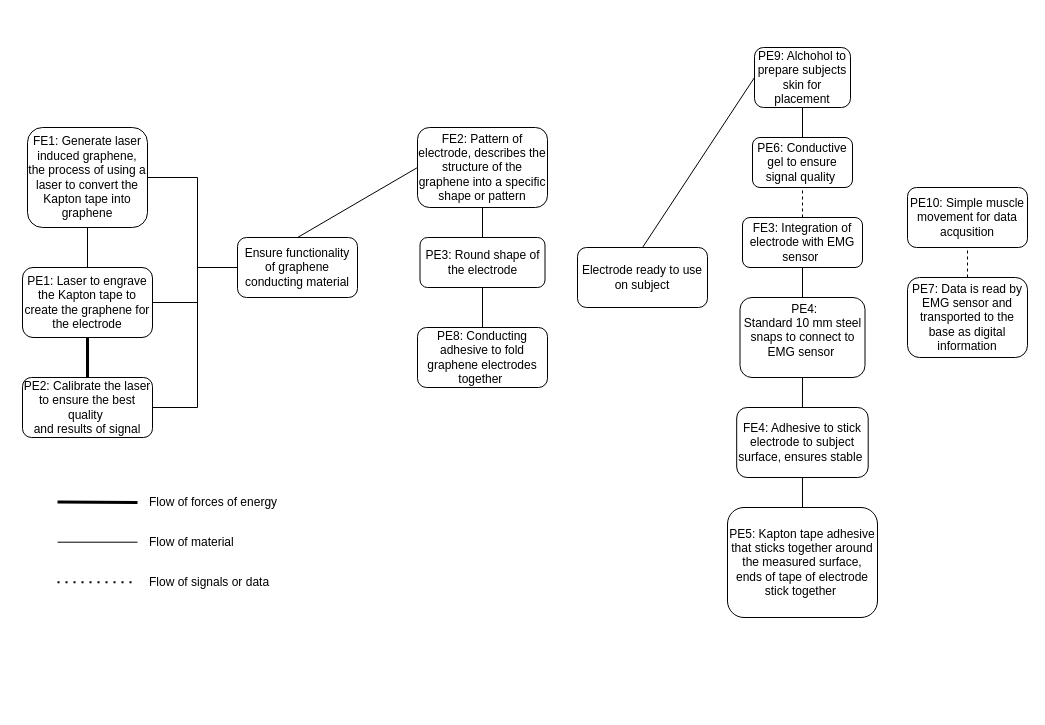
Above: page "chapter 10 flow chart" (4 of 6) of Untitled Diagram.drawio in asdismilla/FlowChart (draw.io), before the change. Source tidied: cells renumbered, new cells numbered last; positions are measured from the earlier drawing's top-left corner, leaving out a move shared by most shapes. Both pictures are drawn from the tidied source at 100%, with x=0, y=0 at pixel (22, 47).
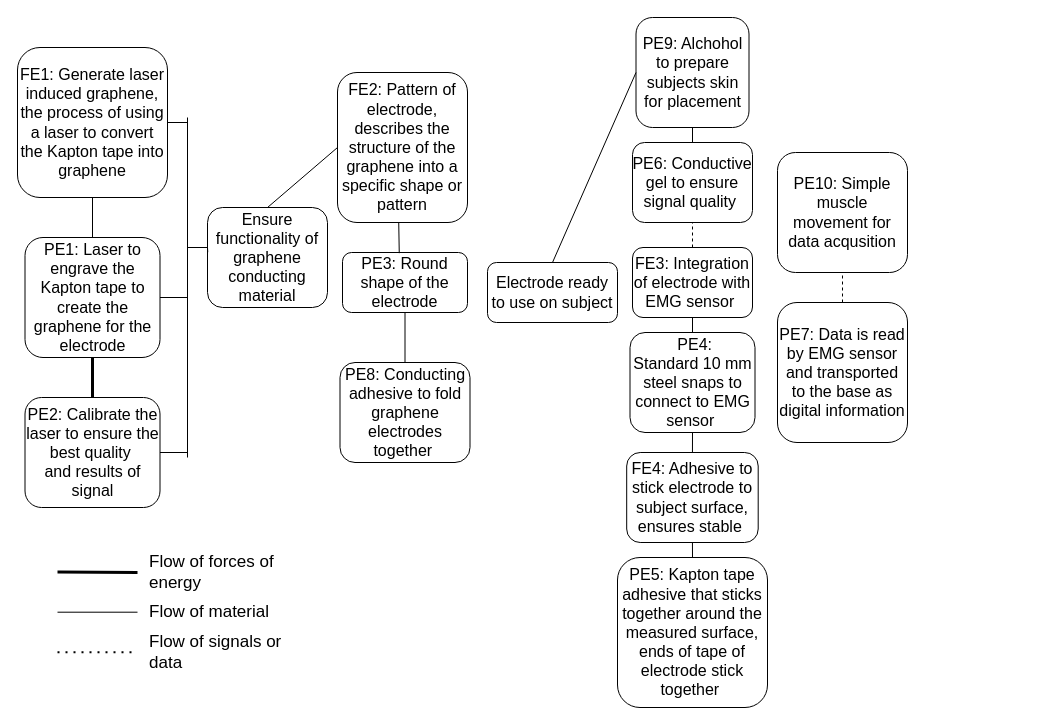
Above is the later version.

Commit message (it also covers changes not shown here):
PS flow chart updated

Diff of the diagram source:
```diff
@@
-    <mxCell id="2" value="FE1: Generate laser induced graphene, the&amp;nbsp;process of using a laser to convert the Kapton tape into graphene&lt;span style=&quot;text-align: start;&quot; class=&quot;OYPEnA text-decoration-none text-strikethrough-none white-space-prewrap&quot;&gt;&lt;/span&gt;" style="rounded=1;whiteSpace=wrap;html=1;" parent="1" vertex="1">
-      <mxGeometry x="5" y="80" width="120" height="100" as="geometry" />
+    <mxCell id="2" value="FE1: Generate laser induced graphene, the&amp;nbsp;process of using a laser to convert the Kapton tape into graphene&lt;span style=&quot;text-align: start; font-size: 16px;&quot; class=&quot;OYPEnA text-decoration-none text-strikethrough-none white-space-prewrap&quot;&gt;&lt;/span&gt;" style="rounded=1;whiteSpace=wrap;html=1;fontSize=16;" parent="1" vertex="1">
+      <mxGeometry x="-5" width="150" height="150" as="geometry" />
     </mxCell>
-    <mxCell id="3" value="FE2: Pattern of electrode, describes the structure of the graphene into a specific shape or pattern" style="rounded=1;whiteSpace=wrap;html=1;" parent="1" vertex="1">
-      <mxGeometry x="395" y="80" width="130" height="80" as="geometry" />
+    <mxCell id="3" value="FE2: Pattern of electrode, describes the structure of the graphene into a specific shape or pattern" style="rounded=1;whiteSpace=wrap;html=1;fontSize=16;" parent="1" vertex="1">
+      <mxGeometry x="315" y="25" width="130" height="150" as="geometry" />
     </mxCell>
-    <mxCell id="4" value="FE3: Integration of electrode with EMG sensor&amp;nbsp;" style="rounded=1;whiteSpace=wrap;html=1;" parent="1" vertex="1">
-      <mxGeometry x="720" y="170" width="120" height="50" as="geometry" />
+    <mxCell id="4" value="FE3: Integration of electrode with EMG sensor&amp;nbsp;" style="rounded=1;whiteSpace=wrap;html=1;fontSize=16;" parent="1" vertex="1">
+      <mxGeometry x="610" y="200" width="120" height="70" as="geometry" />
     </mxCell>
-    <mxCell id="5" value="FE4: Adhesive to stick electrode to subject surface, ensures stable&amp;nbsp;" style="rounded=1;whiteSpace=wrap;html=1;" parent="1" vertex="1">
-      <mxGeometry x="714.2" y="360" width="131.5" height="70" as="geometry" />
+    <mxCell id="5" value="FE4: Adhesive to stick electrode to subject surface, ensures stable&amp;nbsp;" style="rounded=1;whiteSpace=wrap;html=1;fontSize=16;" parent="1" vertex="1">
+      <mxGeometry x="604.2" y="405" width="131.5" height="90" as="geometry" />
     </mxCell>
+    <mxCell id="42" style="edgeStyle=orthogonalEdgeStyle;rounded=0;jettySize=auto;html=1;exitX=0.5;exitY=1;exitDx=0;exitDy=0;" parent="1" edge="1" source="6">
+      <mxGeometry relative="1" as="geometry">
+        <mxPoint x="70.6" y="310" as="targetPoint" />
+      </mxGeometry>
+    </mxCell>
-    <mxCell id="6" value="PE1: Laser to engrave the Kapton tape to create the graphene for the electrode" style="rounded=1;whiteSpace=wrap;html=1;" parent="1" vertex="1">
-      <mxGeometry y="220" width="130" height="70" as="geometry" />
+    <mxCell id="6" value="PE1: Laser to engrave the Kapton tape to create the graphene for the electrode" style="rounded=1;whiteSpace=wrap;html=1;fontSize=16;" parent="1" vertex="1">
+      <mxGeometry x="2.5" y="190" width="135" height="120" as="geometry" />
     </mxCell>
-    <mxCell id="7" value="PE2:&amp;nbsp;Calibrate the laser to ensure the best quality&amp;nbsp;&lt;br&gt;and results of signal" style="rounded=1;whiteSpace=wrap;html=1;" parent="1" vertex="1">
-      <mxGeometry y="330" width="130" height="60" as="geometry" />
+    <mxCell id="7" value="PE2:&amp;nbsp;Calibrate the laser to ensure the best quality&amp;nbsp;&lt;br style=&quot;font-size: 16px;&quot;&gt;and results of signal" style="rounded=1;whiteSpace=wrap;html=1;fontSize=16;" parent="1" vertex="1">
+      <mxGeometry x="2.5" y="350" width="135" height="110" as="geometry" />
     </mxCell>
-    <mxCell id="8" value="PE3:&amp;nbsp;Round shape of the electrode" style="rounded=1;whiteSpace=wrap;html=1;" parent="1" vertex="1">
-      <mxGeometry x="397.5" y="190" width="125" height="50" as="geometry" />
+    <mxCell id="8" value="PE3:&amp;nbsp;Round shape of the electrode" style="rounded=1;whiteSpace=wrap;html=1;fontSize=16;" parent="1" vertex="1">
+      <mxGeometry x="320" y="205" width="125" height="60" as="geometry" />
     </mxCell>
-    <mxCell id="9" value="&amp;nbsp;PE4:&lt;br&gt;Standard 10 mm steel snaps to connect to EMG sensor&amp;nbsp;&lt;div&gt;&lt;br&gt;&lt;/div&gt;" style="rounded=1;whiteSpace=wrap;html=1;" parent="1" vertex="1">
-      <mxGeometry x="717.5" y="250" width="125" height="80" as="geometry" />
+    <mxCell id="9" value="&amp;nbsp;PE4:&lt;br style=&quot;font-size: 16px;&quot;&gt;Standard 10 mm steel snaps to connect to EMG sensor&amp;nbsp;" style="rounded=1;whiteSpace=wrap;html=1;fontSize=16;" parent="1" vertex="1">
+      <mxGeometry x="607.5" y="285" width="125" height="100" as="geometry" />
     </mxCell>
-    <mxCell id="10" value="PE5:&amp;nbsp;Kapton tape adhesive that sticks together around the measured surface, ends of tape of electrode stick together&amp;nbsp;" style="rounded=1;whiteSpace=wrap;html=1;" parent="1" vertex="1">
-      <mxGeometry x="705" y="460" width="150" height="110" as="geometry" />
+    <mxCell id="10" value="PE5:&amp;nbsp;Kapton tape adhesive that sticks together around the measured surface, ends of tape of electrode stick together&amp;nbsp;" style="rounded=1;whiteSpace=wrap;html=1;fontSize=16;" parent="1" vertex="1">
+      <mxGeometry x="595" y="510" width="150" height="150" as="geometry" />
     </mxCell>
-    <mxCell id="11" value="PE6:&amp;nbsp;Conductive gel to ensure signal quality&amp;nbsp;" style="rounded=1;whiteSpace=wrap;html=1;" parent="1" vertex="1">
-      <mxGeometry x="730" y="90" width="100" height="50" as="geometry" />
+    <mxCell id="11" value="PE6:&amp;nbsp;Conductive gel to ensure signal quality&amp;nbsp;" style="rounded=1;whiteSpace=wrap;html=1;fontSize=16;" parent="1" vertex="1">
+      <mxGeometry x="610" y="95" width="120" height="80" as="geometry" />
     </mxCell>
-    <mxCell id="12" value="PE7:&amp;nbsp;Data is read by EMG sensor and transported to the base as digital information" style="rounded=1;whiteSpace=wrap;html=1;" parent="1" vertex="1">
-      <mxGeometry x="885" y="230" width="120" height="80" as="geometry" />
+    <mxCell id="12" value="PE7:&amp;nbsp;Data is read by EMG sensor and transported to the base as digital information" style="rounded=1;whiteSpace=wrap;html=1;fontSize=16;" parent="1" vertex="1">
+      <mxGeometry x="755" y="255" width="130" height="140" as="geometry" />
     </mxCell>
-    <mxCell id="13" value="PE9: Alchohol to prepare subjects skin for placement" style="rounded=1;whiteSpace=wrap;html=1;" parent="1" vertex="1">
-      <mxGeometry x="732" width="96" height="60" as="geometry" />
+    <mxCell id="13" value="PE9: Alchohol to prepare subjects skin for placement" style="rounded=1;whiteSpace=wrap;html=1;fontSize=16;" parent="1" vertex="1">
+      <mxGeometry x="613.5" y="-30" width="113" height="110" as="geometry" />
     </mxCell>
-    <mxCell id="14" value="PE8: Conducting adhesive to fold graphene electrodes together&amp;nbsp;" style="rounded=1;whiteSpace=wrap;html=1;" parent="1" vertex="1">
-      <mxGeometry x="395" y="280" width="130" height="60" as="geometry" />
+    <mxCell id="14" value="PE8: Conducting adhesive to fold graphene electrodes together&amp;nbsp;" style="rounded=1;whiteSpace=wrap;html=1;fontSize=16;" parent="1" vertex="1">
+      <mxGeometry x="317.5" y="315" width="130" height="100" as="geometry" />
     </mxCell>
-    <mxCell id="15" value="PE10: Simple muscle movement for data acqusition" style="rounded=1;whiteSpace=wrap;html=1;" parent="1" vertex="1">
-      <mxGeometry x="885" y="140" width="120" height="60" as="geometry" />
+    <mxCell id="15" value="PE10: Simple muscle movement for data acqusition" style="rounded=1;whiteSpace=wrap;html=1;fontSize=16;" parent="1" vertex="1">
+      <mxGeometry x="755" y="105" width="130" height="120" as="geometry" />
     </mxCell>
-    <mxCell id="16" value="Electrode ready to use on subject" style="rounded=1;whiteSpace=wrap;html=1;" parent="1" vertex="1">
-      <mxGeometry x="555" y="200" width="130" height="60" as="geometry" />
+    <mxCell id="16" value="Electrode ready to use on subject" style="rounded=1;whiteSpace=wrap;html=1;fontSize=16;" parent="1" vertex="1">
+      <mxGeometry x="465" y="215" width="130" height="60" as="geometry" />
     </mxCell>
-    <mxCell id="17" value="Ensure functionality of graphene conducting material" style="rounded=1;whiteSpace=wrap;html=1;" parent="1" vertex="1">
-      <mxGeometry x="215" y="190" width="120" height="60" as="geometry" />
+    <mxCell id="17" value="Ensure functionality of graphene conducting material" style="rounded=1;whiteSpace=wrap;html=1;fontSize=16;" parent="1" vertex="1">
+      <mxGeometry x="185" y="160" width="120" height="100" as="geometry" />
     </mxCell>
-    <mxCell id="18" style="edgeStyle=orthogonalEdgeStyle;rounded=0;orthogonalLoop=1;jettySize=auto;html=1;exitX=0.5;exitY=1;exitDx=0;exitDy=0;" parent="1" edge="1" source="6" target="6">
+    <mxCell id="18" style="edgeStyle=orthogonalEdgeStyle;rounded=0;orthogonalLoop=1;jettySize=auto;html=1;exitX=0.5;exitY=1;exitDx=0;exitDy=0;fontSize=16;" parent="1" edge="1" source="6" target="6">
       <mxGeometry relative="1" as="geometry" />
     </mxCell>
-    <mxCell id="19" style="endArrow=none;html=1;rounded=0;exitX=0.5;exitY=0;exitDx=0;exitDy=0;entryX=0.5;entryY=1;entryDx=0;entryDy=0;fontSize=15;" parent="1" edge="1" source="6" target="2">
+    <mxCell id="19" style="endArrow=none;html=1;rounded=0;exitX=0.5;exitY=0;exitDx=0;exitDy=0;entryX=0.5;entryY=1;entryDx=0;entryDy=0;fontSize=16;" parent="1" edge="1" source="6" target="2">
       <mxGeometry relative="1" as="geometry" />
     </mxCell>
-    <mxCell id="20" style="endArrow=none;html=1;rounded=0;exitX=0.5;exitY=0;exitDx=0;exitDy=0;entryX=0.5;entryY=1;entryDx=0;entryDy=0;strokeWidth=3;" parent="1" edge="1" source="7" target="6">
+    <mxCell id="20" style="endArrow=none;html=1;rounded=0;exitX=0.5;exitY=0;exitDx=0;exitDy=0;entryX=0.5;entryY=1;entryDx=0;entryDy=0;strokeWidth=3;fontSize=16;" parent="1" edge="1" source="7" target="6">
       <mxGeometry relative="1" as="geometry" />
     </mxCell>
-    <mxCell id="21" style="endArrow=none;dashed=1;html=1;rounded=0;exitX=0.5;exitY=0;exitDx=0;exitDy=0;entryX=0.5;entryY=1;entryDx=0;entryDy=0;" parent="1" edge="1" source="12" target="15">
+    <mxCell id="21" style="endArrow=none;dashed=1;html=1;rounded=0;exitX=0.5;exitY=0;exitDx=0;exitDy=0;entryX=0.5;entryY=1;entryDx=0;entryDy=0;fontSize=16;" parent="1" edge="1" source="12" target="15">
       <mxGeometry relative="1" as="geometry" />
     </mxCell>
-    <mxCell id="22" style="endArrow=none;html=1;rounded=0;fontSize=15;" parent="1" edge="1">
+    <mxCell id="22" style="endArrow=none;html=1;rounded=0;fontSize=16;" parent="1" edge="1">
       <mxGeometry relative="1" as="geometry">
-        <mxPoint x="175" y="360" as="sourcePoint" />
-        <mxPoint x="175" y="130" as="targetPoint" />
+        <mxPoint x="165" y="410" as="sourcePoint" />
+        <mxPoint x="165" y="70" as="targetPoint" />
       </mxGeometry>
     </mxCell>
-    <mxCell id="23" style="endArrow=none;html=1;rounded=0;exitX=1;exitY=0.5;exitDx=0;exitDy=0;fontSize=15;" parent="1" edge="1" source="2">
+    <mxCell id="23" style="endArrow=none;html=1;rounded=0;exitX=1;exitY=0.5;exitDx=0;exitDy=0;fontSize=16;" parent="1" edge="1" source="2">
       <mxGeometry relative="1" as="geometry">
-        <mxPoint x="175" y="130" as="targetPoint" />
+        <mxPoint x="165" y="75" as="targetPoint" />
       </mxGeometry>
     </mxCell>
-    <mxCell id="24" style="endArrow=none;html=1;rounded=0;exitX=1;exitY=0.5;exitDx=0;exitDy=0;fontSize=15;" parent="1" edge="1" source="7">
+    <mxCell id="24" style="endArrow=none;html=1;rounded=0;exitX=1;exitY=0.5;exitDx=0;exitDy=0;fontSize=16;" parent="1" edge="1" source="7">
       <mxGeometry relative="1" as="geometry">
-        <mxPoint x="175" y="360" as="targetPoint" />
+        <mxPoint x="165" y="405" as="targetPoint" />
       </mxGeometry>
     </mxCell>
-    <mxCell id="25" style="endArrow=none;html=1;rounded=0;exitX=1;exitY=0.5;exitDx=0;exitDy=0;fontSize=15;" parent="1" edge="1" source="6">
+    <mxCell id="25" style="endArrow=none;html=1;rounded=0;exitX=1;exitY=0.5;exitDx=0;exitDy=0;fontSize=16;" parent="1" edge="1" source="6">
       <mxGeometry relative="1" as="geometry">
-        <mxPoint x="175" y="255" as="targetPoint" />
+        <mxPoint x="165" y="250" as="targetPoint" />
       </mxGeometry>
     </mxCell>
-    <mxCell id="26" style="endArrow=none;html=1;rounded=0;entryX=0;entryY=0.5;entryDx=0;entryDy=0;fontSize=15;" parent="1" edge="1" target="17">
-      <mxGeometry relative="1" as="geometry">
-        <mxPoint x="175" y="220" as="sourcePoint" />
-      </mxGeometry>
-    </mxCell>
-    <mxCell id="27" style="endArrow=none;html=1;rounded=0;entryX=0.5;entryY=1;entryDx=0;entryDy=0;exitX=0.5;exitY=0;exitDx=0;exitDy=0;fontSize=15;" parent="1" edge="1" source="8" target="3">
+    <mxCell id="27" style="endArrow=none;html=1;rounded=0;entryX=0.471;entryY=0.998;entryDx=0;entryDy=0;exitX=0.454;exitY=0.011;exitDx=0;exitDy=0;fontSize=16;exitPerimeter=0;entryPerimeter=0;" parent="1" edge="1" source="8" target="3">
       <mxGeometry relative="1" as="geometry" />
     </mxCell>
-    <mxCell id="28" style="endArrow=none;html=1;rounded=0;entryX=0.5;entryY=1;entryDx=0;entryDy=0;exitX=0.5;exitY=0;exitDx=0;exitDy=0;fontSize=15;" parent="1" edge="1" source="14" target="8">
+    <mxCell id="28" style="endArrow=none;html=1;rounded=0;entryX=0.5;entryY=1;entryDx=0;entryDy=0;exitX=0.5;exitY=0;exitDx=0;exitDy=0;fontSize=16;" parent="1" edge="1" source="14" target="8">
       <mxGeometry relative="1" as="geometry" />
     </mxCell>
-    <mxCell id="29" style="endArrow=none;html=1;rounded=0;exitX=0.5;exitY=0;exitDx=0;exitDy=0;entryX=0;entryY=0.5;entryDx=0;entryDy=0;fontSize=15;" parent="1" edge="1" source="17" target="3">
+    <mxCell id="29" style="endArrow=none;html=1;rounded=0;exitX=0.5;exitY=0;exitDx=0;exitDy=0;entryX=0;entryY=0.5;entryDx=0;entryDy=0;fontSize=16;" parent="1" edge="1" source="17" target="3">
       <mxGeometry relative="1" as="geometry" />
     </mxCell>
-    <mxCell id="30" style="endArrow=none;html=1;rounded=0;entryX=0.5;entryY=1;entryDx=0;entryDy=0;exitX=0.5;exitY=0;exitDx=0;exitDy=0;fontSize=15;" parent="1" edge="1" source="11" target="13">
+    <mxCell id="30" style="endArrow=none;html=1;rounded=0;entryX=0.5;entryY=1;entryDx=0;entryDy=0;exitX=0.5;exitY=0;exitDx=0;exitDy=0;fontSize=16;" parent="1" edge="1" source="11" target="13">
       <mxGeometry relative="1" as="geometry" />
     </mxCell>
-    <mxCell id="31" style="endArrow=none;dashed=1;html=1;rounded=0;entryX=0.5;entryY=1;entryDx=0;entryDy=0;exitX=0.5;exitY=0;exitDx=0;exitDy=0;" parent="1" edge="1" source="4" target="11">
+    <mxCell id="31" style="endArrow=none;dashed=1;html=1;rounded=0;entryX=0.5;entryY=1;entryDx=0;entryDy=0;exitX=0.5;exitY=0;exitDx=0;exitDy=0;fontSize=16;" parent="1" edge="1" source="4" target="11">
       <mxGeometry relative="1" as="geometry" />
     </mxCell>
-    <mxCell id="32" style="endArrow=none;html=1;rounded=0;entryX=0.5;entryY=1;entryDx=0;entryDy=0;exitX=0.5;exitY=0;exitDx=0;exitDy=0;fontSize=15;" parent="1" edge="1" source="9" target="4">
+    <mxCell id="32" style="endArrow=none;html=1;rounded=0;entryX=0.5;entryY=1;entryDx=0;entryDy=0;exitX=0.5;exitY=0;exitDx=0;exitDy=0;fontSize=16;" parent="1" edge="1" source="9" target="4">
       <mxGeometry relative="1" as="geometry" />
     </mxCell>
-    <mxCell id="33" style="endArrow=none;html=1;rounded=0;entryX=0.5;entryY=1;entryDx=0;entryDy=0;exitX=0.5;exitY=0;exitDx=0;exitDy=0;fontSize=15;" parent="1" edge="1" source="5" target="9">
+    <mxCell id="33" style="endArrow=none;html=1;rounded=0;entryX=0.5;entryY=1;entryDx=0;entryDy=0;exitX=0.5;exitY=0;exitDx=0;exitDy=0;fontSize=16;" parent="1" edge="1" source="5" target="9">
       <mxGeometry relative="1" as="geometry" />
     </mxCell>
-    <mxCell id="34" style="endArrow=none;html=1;rounded=0;entryX=0.5;entryY=1;entryDx=0;entryDy=0;exitX=0.5;exitY=0;exitDx=0;exitDy=0;fontSize=15;" parent="1" edge="1" source="10" target="5">
+    <mxCell id="34" style="endArrow=none;html=1;rounded=0;entryX=0.5;entryY=1;entryDx=0;entryDy=0;exitX=0.5;exitY=0;exitDx=0;exitDy=0;fontSize=16;" parent="1" edge="1" source="10" target="5">
       <mxGeometry relative="1" as="geometry" />
     </mxCell>
-    <mxCell id="35" style="endArrow=none;html=1;rounded=0;exitX=0.5;exitY=0;exitDx=0;exitDy=0;entryX=0;entryY=0.5;entryDx=0;entryDy=0;fontSize=15;" parent="1" edge="1" source="16" target="13">
+    <mxCell id="35" style="endArrow=none;html=1;rounded=0;exitX=0.5;exitY=0;exitDx=0;exitDy=0;entryX=0;entryY=0.5;entryDx=0;entryDy=0;fontSize=16;" parent="1" edge="1" source="16" target="13">
       <mxGeometry relative="1" as="geometry" />
     </mxCell>
-    <mxCell id="36" style="endArrow=none;html=1;rounded=0;strokeWidth=3;" parent="1" edge="1">
+    <mxCell id="36" style="endArrow=none;html=1;rounded=0;strokeWidth=3;fontSize=17;" parent="1" edge="1">
       <mxGeometry relative="1" as="geometry">
-        <mxPoint x="35" y="454.6" as="sourcePoint" />
-        <mxPoint x="115" y="455" as="targetPoint" />
+        <mxPoint x="35" y="524.6" as="sourcePoint" />
+        <mxPoint x="115" y="525" as="targetPoint" />
       </mxGeometry>
     </mxCell>
-    <mxCell id="37" value="Flow of forces of energy&amp;nbsp;" style="text;html=1;align=left;verticalAlign=middle;whiteSpace=wrap;rounded=0;" parent="1" vertex="1">
-      <mxGeometry x="125" y="440" width="150" height="30" as="geometry" />
+    <mxCell id="37" value="Flow of forces of energy&amp;nbsp;" style="text;html=1;align=left;verticalAlign=middle;whiteSpace=wrap;rounded=0;fontSize=17;" parent="1" vertex="1">
+      <mxGeometry x="125" y="510" width="150" height="30" as="geometry" />
     </mxCell>
-    <mxCell id="38" value="Flow of material&amp;nbsp;" style="text;html=1;align=left;verticalAlign=middle;whiteSpace=wrap;rounded=0;" parent="1" vertex="1">
-      <mxGeometry x="125" y="480" width="150" height="30" as="geometry" />
+    <mxCell id="38" value="Flow of material&amp;nbsp;" style="text;html=1;align=left;verticalAlign=middle;whiteSpace=wrap;rounded=0;fontSize=17;" parent="1" vertex="1">
+      <mxGeometry x="125" y="550" width="150" height="30" as="geometry" />
     </mxCell>
-    <mxCell id="39" value="Flow of signals or data" style="text;html=1;align=left;verticalAlign=middle;whiteSpace=wrap;rounded=0;" parent="1" vertex="1">
-      <mxGeometry x="125" y="520" width="150" height="30" as="geometry" />
+    <mxCell id="39" value="Flow of signals or data" style="text;html=1;align=left;verticalAlign=middle;whiteSpace=wrap;rounded=0;fontSize=17;" parent="1" vertex="1">
+      <mxGeometry x="125" y="590" width="150" height="30" as="geometry" />
     </mxCell>
-    <mxCell id="40" style="endArrow=none;html=1;rounded=0;" parent="1" edge="1">
+    <mxCell id="40" style="endArrow=none;html=1;rounded=0;fontSize=17;" parent="1" edge="1">
       <mxGeometry relative="1" as="geometry">
-        <mxPoint x="35" y="494.7" as="sourcePoint" />
-        <mxPoint x="115" y="494.7" as="targetPoint" />
+        <mxPoint x="35" y="564.7" as="sourcePoint" />
+        <mxPoint x="115" y="564.7" as="targetPoint" />
       </mxGeometry>
     </mxCell>
-    <mxCell id="41" style="endArrow=none;dashed=1;html=1;dashPattern=1 3;strokeWidth=2;rounded=0;" parent="1" edge="1">
+    <mxCell id="41" style="endArrow=none;dashed=1;html=1;dashPattern=1 3;strokeWidth=2;rounded=0;fontSize=17;" parent="1" edge="1">
       <mxGeometry relative="1" as="geometry">
-        <mxPoint x="35" y="534.7" as="sourcePoint" />
-        <mxPoint x="115" y="534.7" as="targetPoint" />
+        <mxPoint x="35" y="604.7" as="sourcePoint" />
+        <mxPoint x="115" y="604.7" as="targetPoint" />
       </mxGeometry>
     </mxCell>
+    <mxCell id="43" style="endArrow=none;html=1;rounded=0;entryX=0.002;entryY=0.447;entryDx=0;entryDy=0;entryPerimeter=0;" parent="1" edge="1" target="17">
+      <mxGeometry relative="1" as="geometry">
+        <mxPoint x="185" y="200" as="sourcePoint" />
+      </mxGeometry>
+    </mxCell>
+    <mxCell id="44" style="endArrow=none;html=1;rounded=0;" parent="1" edge="1">
+      <mxGeometry relative="1" as="geometry">
+        <mxPoint x="165" y="200" as="sourcePoint" />
+        <mxPoint x="185" y="200" as="targetPoint" />
+      </mxGeometry>
+    </mxCell>
```
